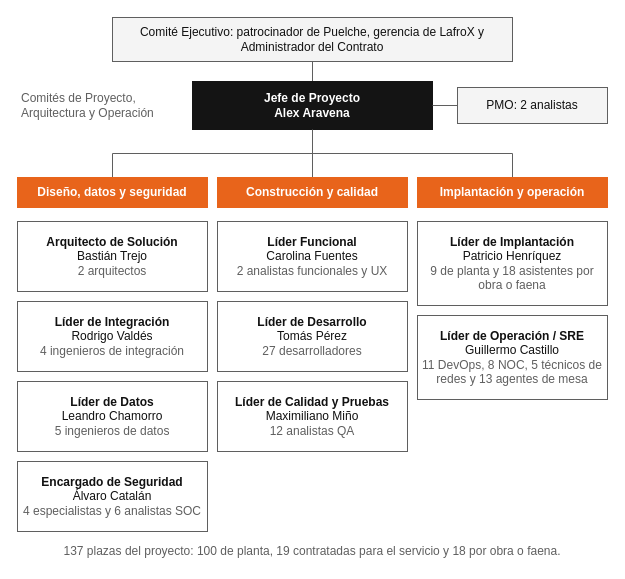
PatricioH315/LafroX keeps this draw.io diagram as subdocumento-12/figuras/fuentes/organigrama-proyecto.drawio. Above is the earlier version. Source tidied: cells renumbered, new cells numbered last; positions are measured from the earlier drawing's top-left corner, leaving out a move shared by most shapes. Both pictures are drawn from the tidied source at 100%, with x=0, y=0 at pixel (17, 17).
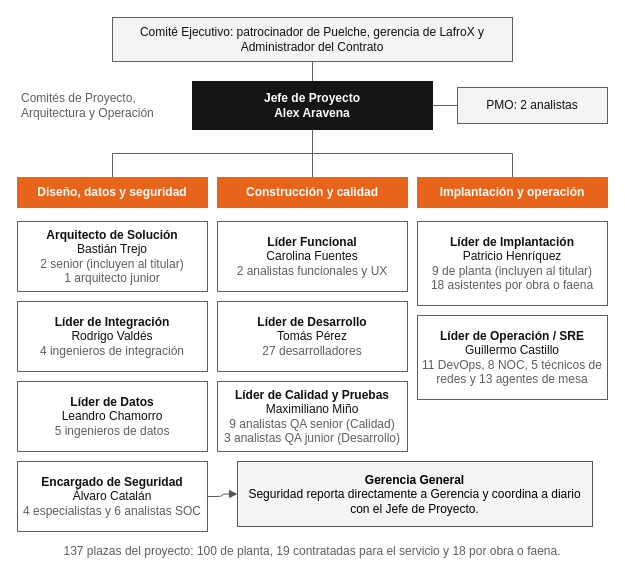
After the change.

Unchanged cells that the change refers to:
```xml
<mxCell id="15" value="&lt;b&gt;Encargado de Seguridad&lt;/b&gt;&lt;br&gt;Álvaro Catalán&lt;br&gt;&lt;font color=&quot;#5F5F5F&quot;&gt;4 especialistas y 6 analistas SOC&lt;/font&gt;" style="rounded=0;whiteSpace=wrap;html=1;fontFamily=Helvetica;fontSize=12;fontColor=#111111;strokeColor=#5F5F5F;fillColor=#FFFFFF;spacing=4;" parent="1" vertex="1">
  <mxGeometry y="444" width="190" height="70" as="geometry" />
</mxCell>
```

What changed in the source:
```diff
@@
-    <mxCell id="12" value="&lt;b&gt;Arquitecto de Solución&lt;/b&gt;&lt;br&gt;Bastián Trejo&lt;br&gt;&lt;font color=&quot;#5F5F5F&quot;&gt;2 arquitectos&lt;/font&gt;" style="rounded=0;whiteSpace=wrap;html=1;fontFamily=Helvetica;fontSize=12;fontColor=#111111;strokeColor=#5F5F5F;fillColor=#FFFFFF;spacing=4;" parent="1" vertex="1">
+    <mxCell id="12" value="&lt;b&gt;Arquitecto de Solución&lt;/b&gt;&lt;br&gt;Bastián Trejo&lt;br&gt;&lt;font color=&quot;#5F5F5F&quot;&gt;2 senior (incluyen al titular)&lt;br&gt;1 arquitecto junior&lt;/font&gt;" style="rounded=0;whiteSpace=wrap;html=1;fontFamily=Helvetica;fontSize=12;fontColor=#111111;strokeColor=#5F5F5F;fillColor=#FFFFFF;spacing=4;" parent="1" vertex="1">
       <mxGeometry y="204" width="190" height="70" as="geometry" />
     </mxCell>
@@
-    <mxCell id="20" value="&lt;b&gt;Líder de Calidad y Pruebas&lt;/b&gt;&lt;br&gt;Maximiliano Miño&lt;br&gt;&lt;font color=&quot;#5F5F5F&quot;&gt;12 analistas QA&lt;/font&gt;" style="rounded=0;whiteSpace=wrap;html=1;fontFamily=Helvetica;fontSize=12;fontColor=#111111;strokeColor=#5F5F5F;fillColor=#FFFFFF;spacing=4;" parent="1" vertex="1">
+    <mxCell id="20" value="&lt;b&gt;Líder de Calidad y Pruebas&lt;/b&gt;&lt;br&gt;Maximiliano Miño&lt;br&gt;&lt;font color=&quot;#5F5F5F&quot;&gt;9 analistas QA senior (Calidad)&lt;br&gt;3 analistas QA junior (Desarrollo)&lt;/font&gt;" style="rounded=0;whiteSpace=wrap;html=1;fontFamily=Helvetica;fontSize=12;fontColor=#111111;strokeColor=#5F5F5F;fillColor=#FFFFFF;spacing=4;" parent="1" vertex="1">
       <mxGeometry x="200" y="364" width="190" height="70" as="geometry" />
     </mxCell>
@@
-    <mxCell id="23" value="&lt;b&gt;Líder de Implantación&lt;/b&gt;&lt;br&gt;Patricio Henríquez&lt;br&gt;&lt;font color=&quot;#5F5F5F&quot;&gt;9 de planta y 18 asistentes por obra o faena&lt;/font&gt;" style="rounded=0;whiteSpace=wrap;html=1;fontFamily=Helvetica;fontSize=12;fontColor=#111111;strokeColor=#5F5F5F;fillColor=#FFFFFF;spacing=4;" parent="1" vertex="1">
+    <mxCell id="23" value="&lt;b&gt;Líder de Implantación&lt;/b&gt;&lt;br&gt;Patricio Henríquez&lt;br&gt;&lt;font color=&quot;#5F5F5F&quot;&gt;9 de planta (incluyen al titular)&lt;br&gt;18 asistentes por obra o faena&lt;/font&gt;" style="rounded=0;whiteSpace=wrap;html=1;fontFamily=Helvetica;fontSize=12;fontColor=#111111;strokeColor=#5F5F5F;fillColor=#FFFFFF;spacing=4;" parent="1" vertex="1">
       <mxGeometry x="400" y="204" width="190" height="84" as="geometry" />
     </mxCell>
@@
+    <mxCell id="26" value="&lt;b&gt;Gerencia General&lt;/b&gt;&lt;br&gt;Seguridad reporta directamente a Gerencia y coordina a diario con el Jefe de Proyecto." style="rounded=0;whiteSpace=wrap;html=1;fillColor=#f5f5f5;strokeColor=#555555;fontSize=12;" parent="1" vertex="1">
+      <mxGeometry x="220" y="444" width="355" height="65" as="geometry" />
+    </mxCell>
+    <mxCell id="27" style="edgeStyle=orthogonalEdgeStyle;endArrow=block;strokeColor=#555555;" parent="1" edge="1" source="15" target="26">
+      <mxGeometry relative="1" as="geometry" />
+    </mxCell>
```
